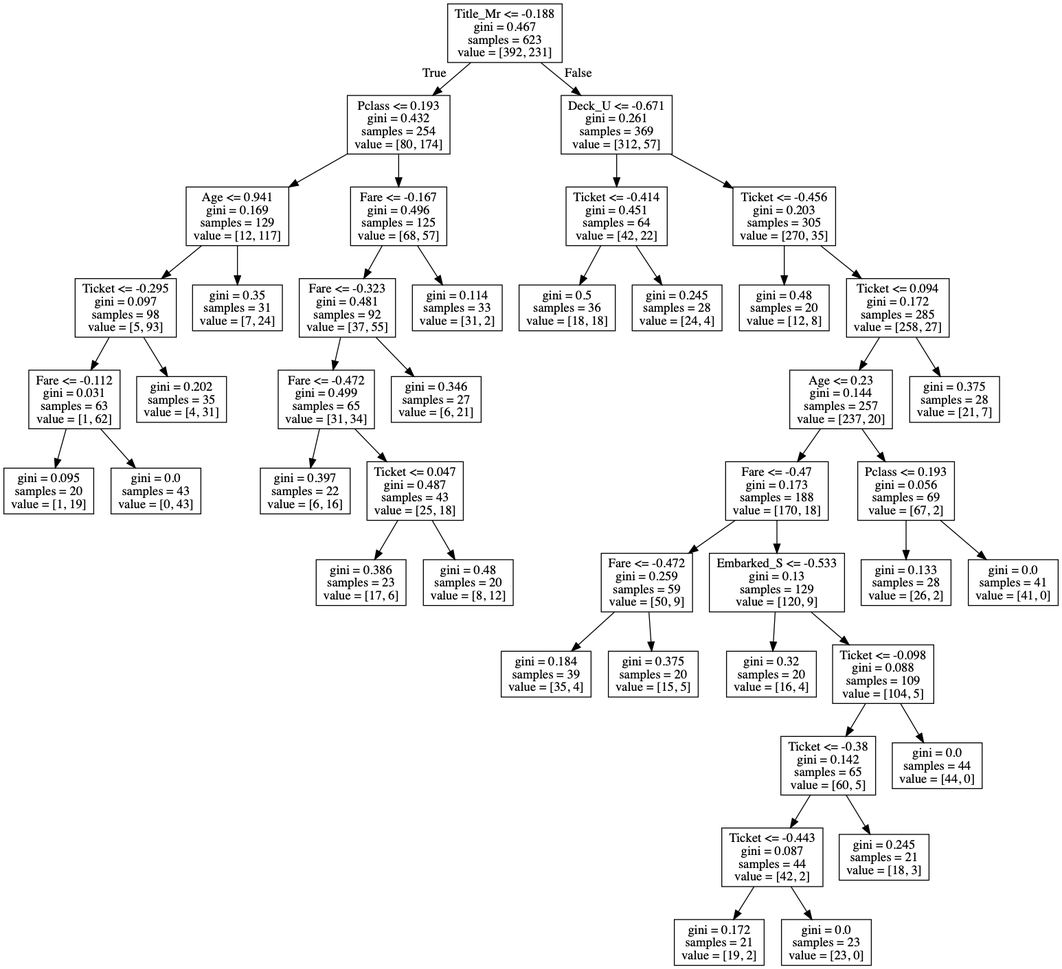
Before: titanic/dt.png, a diagram exported from Graphviz (nicohlr/kaggle). Its source is kept beside it as titanic/dt.dot. The source it was exported from:
```dot
digraph Tree {
node [shape=box] ;
0 [label="Title_Mr <= -0.188\ngini = 0.467\nsamples = 623\nvalue = [392, 231]"] ;
1 [label="Pclass <= 0.193\ngini = 0.432\nsamples = 254\nvalue = [80, 174]"] ;
0 -> 1 [labeldistance=2.5, labelangle=45, headlabel="True"] ;
2 [label="Age <= 0.941\ngini = 0.169\nsamples = 129\nvalue = [12, 117]"] ;
1 -> 2 ;
3 [label="Ticket <= -0.295\ngini = 0.097\nsamples = 98\nvalue = [5, 93]"] ;
2 -> 3 ;
4 [label="Fare <= -0.112\ngini = 0.031\nsamples = 63\nvalue = [1, 62]"] ;
3 -> 4 ;
5 [label="gini = 0.095\nsamples = 20\nvalue = [1, 19]"] ;
4 -> 5 ;
6 [label="gini = 0.0\nsamples = 43\nvalue = [0, 43]"] ;
4 -> 6 ;
7 [label="gini = 0.202\nsamples = 35\nvalue = [4, 31]"] ;
3 -> 7 ;
8 [label="gini = 0.35\nsamples = 31\nvalue = [7, 24]"] ;
2 -> 8 ;
9 [label="Fare <= -0.167\ngini = 0.496\nsamples = 125\nvalue = [68, 57]"] ;
1 -> 9 ;
10 [label="Fare <= -0.323\ngini = 0.481\nsamples = 92\nvalue = [37, 55]"] ;
9 -> 10 ;
11 [label="Fare <= -0.472\ngini = 0.499\nsamples = 65\nvalue = [31, 34]"] ;
10 -> 11 ;
12 [label="gini = 0.397\nsamples = 22\nvalue = [6, 16]"] ;
11 -> 12 ;
13 [label="Ticket <= 0.047\ngini = 0.487\nsamples = 43\nvalue = [25, 18]"] ;
11 -> 13 ;
14 [label="gini = 0.386\nsamples = 23\nvalue = [17, 6]"] ;
13 -> 14 ;
15 [label="gini = 0.48\nsamples = 20\nvalue = [8, 12]"] ;
13 -> 15 ;
16 [label="gini = 0.346\nsamples = 27\nvalue = [6, 21]"] ;
10 -> 16 ;
17 [label="gini = 0.114\nsamples = 33\nvalue = [31, 2]"] ;
9 -> 17 ;
18 [label="Deck_U <= -0.671\ngini = 0.261\nsamples = 369\nvalue = [312, 57]"] ;
0 -> 18 [labeldistance=2.5, labelangle=-45, headlabel="False"] ;
19 [label="Ticket <= -0.414\ngini = 0.451\nsamples = 64\nvalue = [42, 22]"] ;
18 -> 19 ;
20 [label="gini = 0.5\nsamples = 36\nvalue = [18, 18]"] ;
19 -> 20 ;
21 [label="gini = 0.245\nsamples = 28\nvalue = [24, 4]"] ;
19 -> 21 ;
22 [label="Ticket <= -0.456\ngini = 0.203\nsamples = 305\nvalue = [270, 35]"] ;
18 -> 22 ;
23 [label="gini = 0.48\nsamples = 20\nvalue = [12, 8]"] ;
22 -> 23 ;
24 [label="Ticket <= 0.094\ngini = 0.172\nsamples = 285\nvalue = [258, 27]"] ;
22 -> 24 ;
25 [label="Age <= 0.23\ngini = 0.144\nsamples = 257\nvalue = [237, 20]"] ;
24 -> 25 ;
26 [label="Fare <= -0.47\ngini = 0.173\nsamples = 188\nvalue = [170, 18]"] ;
25 -> 26 ;
27 [label="Fare <= -0.472\ngini = 0.259\nsamples = 59\nvalue = [50, 9]"] ;
26 -> 27 ;
28 [label="gini = 0.184\nsamples = 39\nvalue = [35, 4]"] ;
27 -> 28 ;
29 [label="gini = 0.375\nsamples = 20\nvalue = [15, 5]"] ;
27 -> 29 ;
30 [label="Embarked_S <= -0.533\ngini = 0.13\nsamples = 129\nvalue = [120, 9]"] ;
26 -> 30 ;
31 [label="gini = 0.32\nsamples = 20\nvalue = [16, 4]"] ;
30 -> 31 ;
32 [label="Ticket <= -0.098\ngini = 0.088\nsamples = 109\nvalue = [104, 5]"] ;
30 -> 32 ;
33 [label="Ticket <= -0.38\ngini = 0.142\nsamples = 65\nvalue = [60, 5]"] ;
32 -> 33 ;
34 [label="Ticket <= -0.443\ngini = 0.087\nsamples = 44\nvalue = [42, 2]"] ;
33 -> 34 ;
35 [label="gini = 0.172\nsamples = 21\nvalue = [19, 2]"] ;
34 -> 35 ;
36 [label="gini = 0.0\nsamples = 23\nvalue = [23, 0]"] ;
34 -> 36 ;
37 [label="gini = 0.245\nsamples = 21\nvalue = [18, 3]"] ;
33 -> 37 ;
38 [label="gini = 0.0\nsamples = 44\nvalue = [44, 0]"] ;
32 -> 38 ;
39 [label="Pclass <= 0.193\ngini = 0.056\nsamples = 69\nvalue = [67, 2]"] ;
25 -> 39 ;
40 [label="gini = 0.133\nsamples = 28\nvalue = [26, 2]"] ;
39 -> 40 ;
41 [label="gini = 0.0\nsamples = 41\nvalue = [41, 0]"] ;
39 -> 41 ;
42 [label="gini = 0.375\nsamples = 28\nvalue = [21, 7]"] ;
24 -> 42 ;
}
```
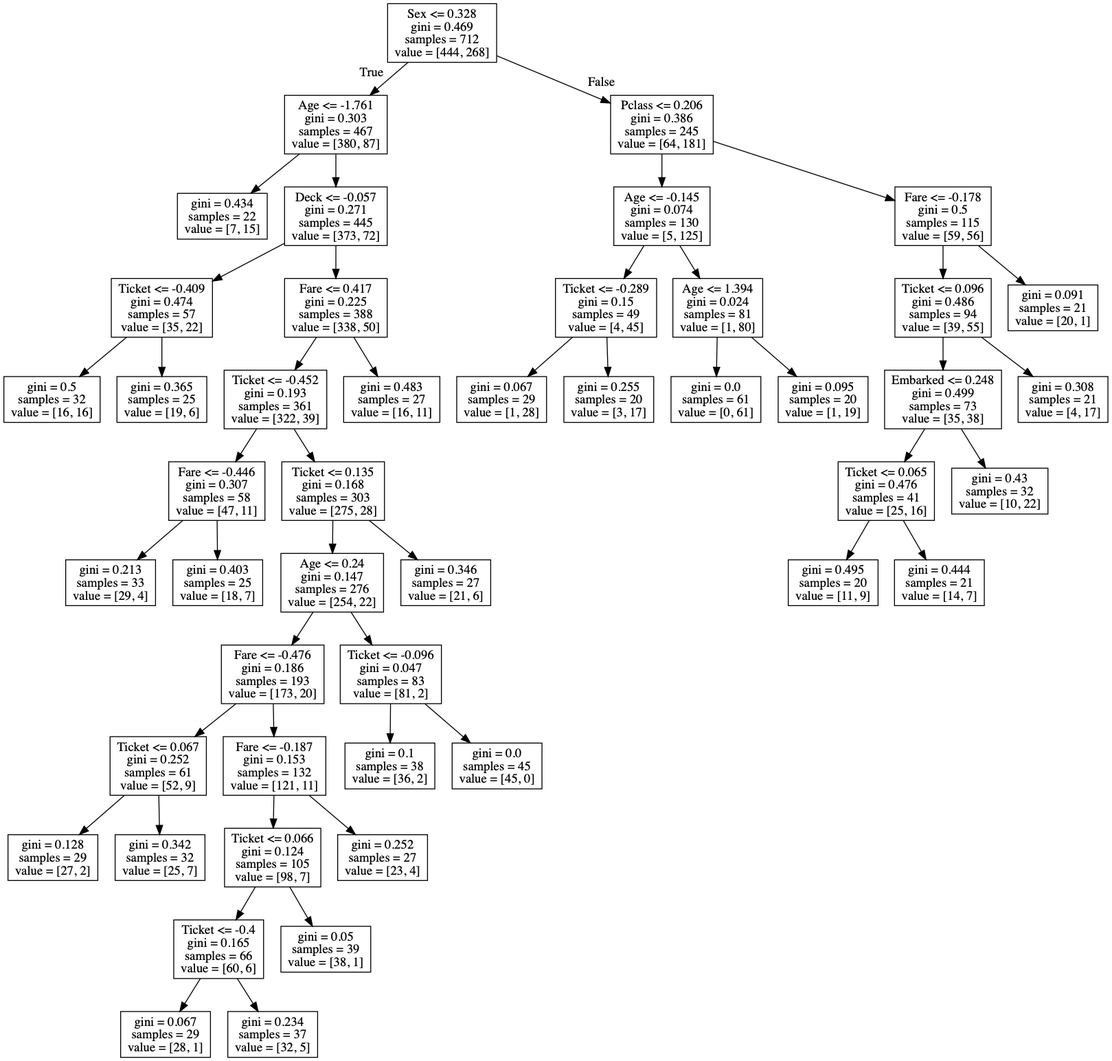
The same file after the commit.

Change to the diagram source:
```diff
@@ -1,88 +1,96 @@
 digraph Tree {
 node [shape=box] ;
-0 [label="Title_Mr <= -0.188\ngini = 0.467\nsamples = 623\nvalue = [392, 231]"] ;
-1 [label="Pclass <= 0.193\ngini = 0.432\nsamples = 254\nvalue = [80, 174]"] ;
+0 [label="Sex <= 0.328\ngini = 0.469\nsamples = 712\nvalue = [444, 268]"] ;
+1 [label="Age <= -1.761\ngini = 0.303\nsamples = 467\nvalue = [380, 87]"] ;
 0 -> 1 [labeldistance=2.5, labelangle=45, headlabel="True"] ;
-2 [label="Age <= 0.941\ngini = 0.169\nsamples = 129\nvalue = [12, 117]"] ;
+2 [label="gini = 0.434\nsamples = 22\nvalue = [7, 15]"] ;
 1 -> 2 ;
-3 [label="Ticket <= -0.295\ngini = 0.097\nsamples = 98\nvalue = [5, 93]"] ;
-2 -> 3 ;
-4 [label="Fare <= -0.112\ngini = 0.031\nsamples = 63\nvalue = [1, 62]"] ;
+3 [label="Deck <= -0.057\ngini = 0.271\nsamples = 445\nvalue = [373, 72]"] ;
+1 -> 3 ;
+4 [label="Ticket <= -0.409\ngini = 0.474\nsamples = 57\nvalue = [35, 22]"] ;
 3 -> 4 ;
-5 [label="gini = 0.095\nsamples = 20\nvalue = [1, 19]"] ;
+5 [label="gini = 0.5\nsamples = 32\nvalue = [16, 16]"] ;
 4 -> 5 ;
-6 [label="gini = 0.0\nsamples = 43\nvalue = [0, 43]"] ;
+6 [label="gini = 0.365\nsamples = 25\nvalue = [19, 6]"] ;
 4 -> 6 ;
-7 [label="gini = 0.202\nsamples = 35\nvalue = [4, 31]"] ;
+7 [label="Fare <= 0.417\ngini = 0.225\nsamples = 388\nvalue = [338, 50]"] ;
 3 -> 7 ;
-8 [label="gini = 0.35\nsamples = 31\nvalue = [7, 24]"] ;
-2 -> 8 ;
-9 [label="Fare <= -0.167\ngini = 0.496\nsamples = 125\nvalue = [68, 57]"] ;
-1 -> 9 ;
-10 [label="Fare <= -0.323\ngini = 0.481\nsamples = 92\nvalue = [37, 55]"] ;
+8 [label="Ticket <= -0.452\ngini = 0.193\nsamples = 361\nvalue = [322, 39]"] ;
+7 -> 8 ;
+9 [label="Fare <= -0.446\ngini = 0.307\nsamples = 58\nvalue = [47, 11]"] ;
+8 -> 9 ;
+10 [label="gini = 0.213\nsamples = 33\nvalue = [29, 4]"] ;
 9 -> 10 ;
-11 [label="Fare <= -0.472\ngini = 0.499\nsamples = 65\nvalue = [31, 34]"] ;
-10 -> 11 ;
-12 [label="gini = 0.397\nsamples = 22\nvalue = [6, 16]"] ;
-11 -> 12 ;
-13 [label="Ticket <= 0.047\ngini = 0.487\nsamples = 43\nvalue = [25, 18]"] ;
-11 -> 13 ;
-14 [label="gini = 0.386\nsamples = 23\nvalue = [17, 6]"] ;
+11 [label="gini = 0.403\nsamples = 25\nvalue = [18, 7]"] ;
+9 -> 11 ;
+12 [label="Ticket <= 0.135\ngini = 0.168\nsamples = 303\nvalue = [275, 28]"] ;
+8 -> 12 ;
+13 [label="Age <= 0.24\ngini = 0.147\nsamples = 276\nvalue = [254, 22]"] ;
+12 -> 13 ;
+14 [label="Fare <= -0.476\ngini = 0.186\nsamples = 193\nvalue = [173, 20]"] ;
 13 -> 14 ;
-15 [label="gini = 0.48\nsamples = 20\nvalue = [8, 12]"] ;
-13 -> 15 ;
-16 [label="gini = 0.346\nsamples = 27\nvalue = [6, 21]"] ;
-10 -> 16 ;
-17 [label="gini = 0.114\nsamples = 33\nvalue = [31, 2]"] ;
-9 -> 17 ;
-18 [label="Deck_U <= -0.671\ngini = 0.261\nsamples = 369\nvalue = [312, 57]"] ;
-0 -> 18 [labeldistance=2.5, labelangle=-45, headlabel="False"] ;
-19 [label="Ticket <= -0.414\ngini = 0.451\nsamples = 64\nvalue = [42, 22]"] ;
+15 [label="Ticket <= 0.067\ngini = 0.252\nsamples = 61\nvalue = [52, 9]"] ;
+14 -> 15 ;
+16 [label="gini = 0.128\nsamples = 29\nvalue = [27, 2]"] ;
+15 -> 16 ;
+17 [label="gini = 0.342\nsamples = 32\nvalue = [25, 7]"] ;
+15 -> 17 ;
+18 [label="Fare <= -0.187\ngini = 0.153\nsamples = 132\nvalue = [121, 11]"] ;
+14 -> 18 ;
+19 [label="Ticket <= 0.066\ngini = 0.124\nsamples = 105\nvalue = [98, 7]"] ;
 18 -> 19 ;
-20 [label="gini = 0.5\nsamples = 36\nvalue = [18, 18]"] ;
+20 [label="Ticket <= -0.4\ngini = 0.165\nsamples = 66\nvalue = [60, 6]"] ;
 19 -> 20 ;
-21 [label="gini = 0.245\nsamples = 28\nvalue = [24, 4]"] ;
-19 -> 21 ;
-22 [label="Ticket <= -0.456\ngini = 0.203\nsamples = 305\nvalue = [270, 35]"] ;
-18 -> 22 ;
-23 [label="gini = 0.48\nsamples = 20\nvalue = [12, 8]"] ;
-22 -> 23 ;
-24 [label="Ticket <= 0.094\ngini = 0.172\nsamples = 285\nvalue = [258, 27]"] ;
-22 -> 24 ;
-25 [label="Age <= 0.23\ngini = 0.144\nsamples = 257\nvalue = [237, 20]"] ;
-24 -> 25 ;
-26 [label="Fare <= -0.47\ngini = 0.173\nsamples = 188\nvalue = [170, 18]"] ;
+21 [label="gini = 0.067\nsamples = 29\nvalue = [28, 1]"] ;
+20 -> 21 ;
+22 [label="gini = 0.234\nsamples = 37\nvalue = [32, 5]"] ;
+20 -> 22 ;
+23 [label="gini = 0.05\nsamples = 39\nvalue = [38, 1]"] ;
+19 -> 23 ;
+24 [label="gini = 0.252\nsamples = 27\nvalue = [23, 4]"] ;
+18 -> 24 ;
+25 [label="Ticket <= -0.096\ngini = 0.047\nsamples = 83\nvalue = [81, 2]"] ;
+13 -> 25 ;
+26 [label="gini = 0.1\nsamples = 38\nvalue = [36, 2]"] ;
 25 -> 26 ;
-27 [label="Fare <= -0.472\ngini = 0.259\nsamples = 59\nvalue = [50, 9]"] ;
-26 -> 27 ;
-28 [label="gini = 0.184\nsamples = 39\nvalue = [35, 4]"] ;
-27 -> 28 ;
-29 [label="gini = 0.375\nsamples = 20\nvalue = [15, 5]"] ;
-27 -> 29 ;
-30 [label="Embarked_S <= -0.533\ngini = 0.13\nsamples = 129\nvalue = [120, 9]"] ;
-26 -> 30 ;
-31 [label="gini = 0.32\nsamples = 20\nvalue = [16, 4]"] ;
+27 [label="gini = 0.0\nsamples = 45\nvalue = [45, 0]"] ;
+25 -> 27 ;
+28 [label="gini = 0.346\nsamples = 27\nvalue = [21, 6]"] ;
+12 -> 28 ;
+29 [label="gini = 0.483\nsamples = 27\nvalue = [16, 11]"] ;
+7 -> 29 ;
+30 [label="Pclass <= 0.206\ngini = 0.386\nsamples = 245\nvalue = [64, 181]"] ;
+0 -> 30 [labeldistance=2.5, labelangle=-45, headlabel="False"] ;
+31 [label="Age <= -0.145\ngini = 0.074\nsamples = 130\nvalue = [5, 125]"] ;
 30 -> 31 ;
-32 [label="Ticket <= -0.098\ngini = 0.088\nsamples = 109\nvalue = [104, 5]"] ;
-30 -> 32 ;
-33 [label="Ticket <= -0.38\ngini = 0.142\nsamples = 65\nvalue = [60, 5]"] ;
+32 [label="Ticket <= -0.289\ngini = 0.15\nsamples = 49\nvalue = [4, 45]"] ;
+31 -> 32 ;
+33 [label="gini = 0.067\nsamples = 29\nvalue = [1, 28]"] ;
 32 -> 33 ;
-34 [label="Ticket <= -0.443\ngini = 0.087\nsamples = 44\nvalue = [42, 2]"] ;
-33 -> 34 ;
-35 [label="gini = 0.172\nsamples = 21\nvalue = [19, 2]"] ;
-34 -> 35 ;
-36 [label="gini = 0.0\nsamples = 23\nvalue = [23, 0]"] ;
-34 -> 36 ;
-37 [label="gini = 0.245\nsamples = 21\nvalue = [18, 3]"] ;
-33 -> 37 ;
-38 [label="gini = 0.0\nsamples = 44\nvalue = [44, 0]"] ;
-32 -> 38 ;
-39 [label="Pclass <= 0.193\ngini = 0.056\nsamples = 69\nvalue = [67, 2]"] ;
-25 -> 39 ;
-40 [label="gini = 0.133\nsamples = 28\nvalue = [26, 2]"] ;
+34 [label="gini = 0.255\nsamples = 20\nvalue = [3, 17]"] ;
+32 -> 34 ;
+35 [label="Age <= 1.394\ngini = 0.024\nsamples = 81\nvalue = [1, 80]"] ;
+31 -> 35 ;
+36 [label="gini = 0.0\nsamples = 61\nvalue = [0, 61]"] ;
+35 -> 36 ;
+37 [label="gini = 0.095\nsamples = 20\nvalue = [1, 19]"] ;
+35 -> 37 ;
+38 [label="Fare <= -0.178\ngini = 0.5\nsamples = 115\nvalue = [59, 56]"] ;
+30 -> 38 ;
+39 [label="Ticket <= 0.096\ngini = 0.486\nsamples = 94\nvalue = [39, 55]"] ;
+38 -> 39 ;
+40 [label="Embarked <= 0.248\ngini = 0.499\nsamples = 73\nvalue = [35, 38]"] ;
 39 -> 40 ;
-41 [label="gini = 0.0\nsamples = 41\nvalue = [41, 0]"] ;
-39 -> 41 ;
-42 [label="gini = 0.375\nsamples = 28\nvalue = [21, 7]"] ;
-24 -> 42 ;
+41 [label="Ticket <= 0.065\ngini = 0.476\nsamples = 41\nvalue = [25, 16]"] ;
+40 -> 41 ;
+42 [label="gini = 0.495\nsamples = 20\nvalue = [11, 9]"] ;
+41 -> 42 ;
+43 [label="gini = 0.444\nsamples = 21\nvalue = [14, 7]"] ;
+41 -> 43 ;
+44 [label="gini = 0.43\nsamples = 32\nvalue = [10, 22]"] ;
+40 -> 44 ;
+45 [label="gini = 0.308\nsamples = 21\nvalue = [4, 17]"] ;
+39 -> 45 ;
+46 [label="gini = 0.091\nsamples = 21\nvalue = [20, 1]"] ;
+38 -> 46 ;
 }
```
